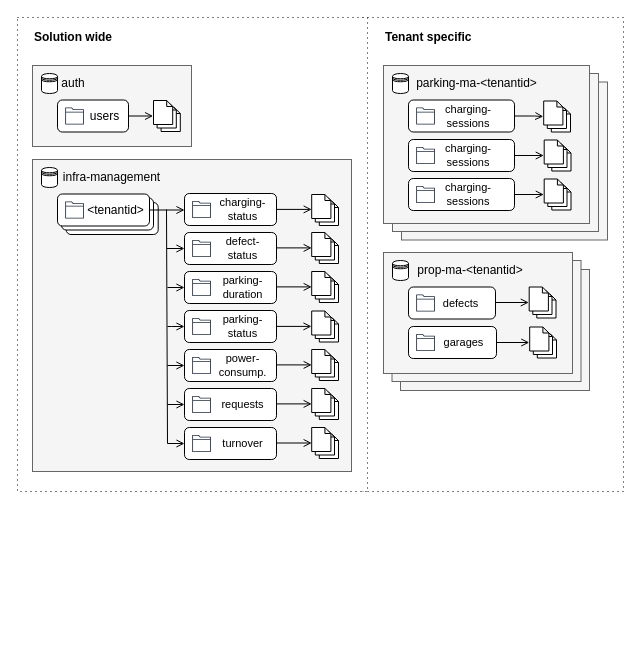
Earlier version of the draw.io diagram docs/final_submission/resources/data-model.drawio (HTWG-Zeugs/park). Source tidied: cells renumbered, new cells numbered last; positions are measured from the earlier drawing's top-left corner, leaving out a move shared by most shapes. Both pictures are drawn from the tidied source at 100%, with x=0, y=0 at pixel (17, 17). Pictures stored in the file or linked from it are replaced by grey dashed boxes.
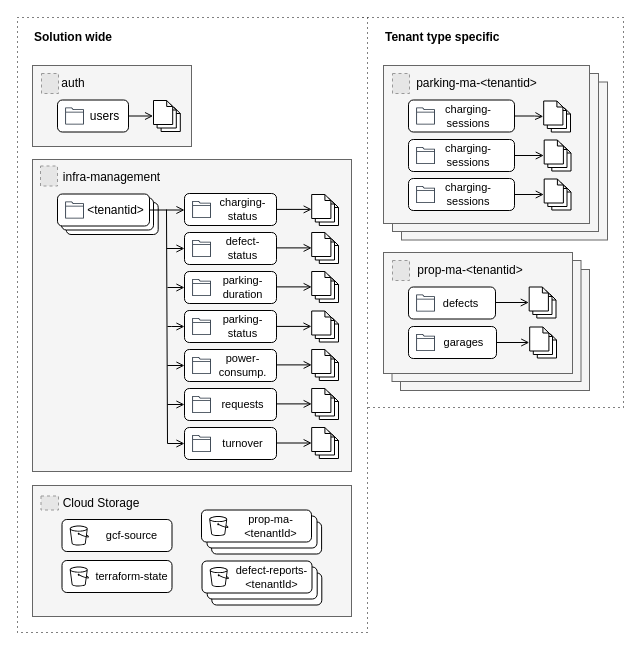
Above is the later version.

Commit message (it also covers changes not shown here):
added some text and adjusted data model diagram

Diff of the diagram source:
```diff
@@
     <mxCell id="2" style="rounded=0;whiteSpace=wrap;html=1;dashed=1;dashPattern=1 4;" parent="1" vertex="1">
-      <mxGeometry x="345" width="261" height="474" as="geometry" />
+      <mxGeometry x="345" width="261" height="390" as="geometry" />
     </mxCell>
+    <mxCell id="7" style="rounded=0;whiteSpace=wrap;html=1;dashed=1;dashPattern=1 4;" parent="1" vertex="1">
+      <mxGeometry width="350" height="615" as="geometry" />
+    </mxCell>
+    <mxCell id="125" style="rounded=0;whiteSpace=wrap;html=1;fillColor=#f5f5f5;fontColor=#333333;strokeColor=#666666;" parent="1" vertex="1">
+      <mxGeometry x="15" y="468" width="319" height="131" as="geometry" />
+    </mxCell>
+    <mxCell id="126" style="rounded=1;whiteSpace=wrap;html=1;" parent="1" vertex="1">
+      <mxGeometry x="194.1" y="504.5" width="110" height="32" as="geometry" />
+    </mxCell>
+    <mxCell id="127" style="rounded=1;whiteSpace=wrap;html=1;" parent="1" vertex="1">
+      <mxGeometry x="189.5" y="498.5" width="110" height="32" as="geometry" />
+    </mxCell>
+    <mxCell id="128" style="rounded=1;whiteSpace=wrap;html=1;" parent="1" vertex="1">
+      <mxGeometry x="194.3" y="555.5" width="110" height="32" as="geometry" />
+    </mxCell>
+    <mxCell id="129" style="rounded=1;whiteSpace=wrap;html=1;" parent="1" vertex="1">
+      <mxGeometry x="189.7" y="549.5" width="110" height="32" as="geometry" />
+    </mxCell>
@@
-    <mxCell id="7" style="rounded=0;whiteSpace=wrap;html=1;dashed=1;dashPattern=1 4;" parent="1" vertex="1">
-      <mxGeometry width="350" height="474" as="geometry" />
-    </mxCell>
@@
-    <mxCell id="10" style="shape=datastore;whiteSpace=wrap;html=1;" parent="1" vertex="1">
-      <mxGeometry x="24" y="56" width="16" height="20" as="geometry" />
-    </mxCell>
@@
-    <mxCell id="20" style="shape=datastore;whiteSpace=wrap;html=1;" parent="1" vertex="1">
-      <mxGeometry x="24" y="150" width="16" height="20" as="geometry" />
-    </mxCell>
@@
-    <mxCell id="84" style="shape=datastore;whiteSpace=wrap;html=1;" parent="1" vertex="1">
-      <mxGeometry x="375" y="56" width="16" height="20" as="geometry" />
-    </mxCell>
@@
-    <mxCell id="108" style="shape=datastore;whiteSpace=wrap;html=1;" parent="1" vertex="1">
-      <mxGeometry x="375" y="243" width="16" height="20" as="geometry" />
-    </mxCell>
@@
-    <mxCell id="124" value="Tenant specific" style="text;html=1;align=left;verticalAlign=middle;whiteSpace=wrap;rounded=0;fontStyle=1;" parent="1" vertex="1">
-      <mxGeometry x="366" y="5" width="96" height="30" as="geometry" />
+    <mxCell id="124" value="Tenant type specific" style="text;html=1;align=left;verticalAlign=middle;whiteSpace=wrap;rounded=0;fontStyle=1;" parent="1" vertex="1">
+      <mxGeometry x="366" y="5" width="136" height="30" as="geometry" />
     </mxCell>
+    <mxCell id="130" style="fillColor=#E6E6E6;strokeColor=#999999;dashed=1;html=1;verticalLabelPosition=bottom;labelBackgroundColor=#ffffff;verticalAlign=top;" parent="1" vertex="1">
+      <mxGeometry x="24" y="56" width="17" height="20" as="geometry" />
+    </mxCell>
+    <mxCell id="131" style="fillColor=#E6E6E6;strokeColor=#999999;dashed=1;html=1;verticalLabelPosition=bottom;labelBackgroundColor=#ffffff;verticalAlign=top;" parent="1" vertex="1">
+      <mxGeometry x="23" y="148.5" width="17" height="20" as="geometry" />
+    </mxCell>
+    <mxCell id="132" style="fillColor=#E6E6E6;strokeColor=#999999;dashed=1;html=1;verticalLabelPosition=bottom;labelBackgroundColor=#ffffff;verticalAlign=top;" parent="1" vertex="1">
+      <mxGeometry x="375" y="56" width="17" height="20" as="geometry" />
+    </mxCell>
+    <mxCell id="133" style="fillColor=#E6E6E6;strokeColor=#999999;dashed=1;html=1;verticalLabelPosition=bottom;labelBackgroundColor=#ffffff;verticalAlign=top;" parent="1" vertex="1">
+      <mxGeometry x="375" y="243" width="17" height="20" as="geometry" />
+    </mxCell>
+    <mxCell id="134" style="fillColor=#E6E6E6;strokeColor=#999999;dashed=1;html=1;verticalLabelPosition=bottom;labelBackgroundColor=#ffffff;verticalAlign=top;" parent="1" vertex="1">
+      <mxGeometry x="23.5" y="478.5" width="17.5" height="14" as="geometry" />
+    </mxCell>
+    <mxCell id="135" value="Cloud Storage" style="text;html=1;align=center;verticalAlign=middle;whiteSpace=wrap;rounded=0;" parent="1" vertex="1">
+      <mxGeometry x="34.2" y="475.5" width="99.8" height="20" as="geometry" />
+    </mxCell>
+    <mxCell id="136" style="rounded=1;whiteSpace=wrap;html=1;" parent="1" vertex="1">
+      <mxGeometry x="184.5" y="543.5" width="110" height="32" as="geometry" />
+    </mxCell>
+    <mxCell id="137" value="defect-reports-&amp;lt;tenantId&amp;gt;" style="text;html=1;align=center;verticalAlign=middle;whiteSpace=wrap;rounded=0;fontSize=11;" parent="1" vertex="1">
+      <mxGeometry x="212.8" y="549.5" width="82.7" height="20" as="geometry" />
+    </mxCell>
+    <mxCell id="138" style="sketch=0;fontColor=#232F3E;gradientColor=none;fillColor=#000000;strokeColor=none;dashed=0;verticalLabelPosition=bottom;verticalAlign=top;align=center;html=1;fontSize=12;fontStyle=0;shape=mxgraph.aws4.bucket;" parent="1" vertex="1">
+      <mxGeometry x="192.2" y="549.5" width="19.2" height="20" as="geometry" />
+    </mxCell>
+    <mxCell id="139" style="rounded=1;whiteSpace=wrap;html=1;" parent="1" vertex="1">
+      <mxGeometry x="44.5" y="502" width="110" height="32" as="geometry" />
+    </mxCell>
+    <mxCell id="140" value="gcf-source" style="text;html=1;align=center;verticalAlign=middle;whiteSpace=wrap;rounded=0;fontSize=11;" parent="1" vertex="1">
+      <mxGeometry x="72.8" y="508" width="82.7" height="20" as="geometry" />
+    </mxCell>
+    <mxCell id="141" style="sketch=0;fontColor=#232F3E;gradientColor=none;fillColor=#000000;strokeColor=none;dashed=0;verticalLabelPosition=bottom;verticalAlign=top;align=center;html=1;fontSize=12;fontStyle=0;shape=mxgraph.aws4.bucket;" parent="1" vertex="1">
+      <mxGeometry x="52.2" y="508" width="19.2" height="20" as="geometry" />
+    </mxCell>
+    <mxCell id="142" style="rounded=1;whiteSpace=wrap;html=1;" parent="1" vertex="1">
+      <mxGeometry x="44.5" y="543" width="110" height="32" as="geometry" />
+    </mxCell>
+    <mxCell id="143" value="terraform-state" style="text;html=1;align=center;verticalAlign=middle;whiteSpace=wrap;rounded=0;fontSize=11;" parent="1" vertex="1">
+      <mxGeometry x="72.8" y="549" width="82.7" height="20" as="geometry" />
+    </mxCell>
+    <mxCell id="144" style="sketch=0;fontColor=#232F3E;gradientColor=none;fillColor=#000000;strokeColor=none;dashed=0;verticalLabelPosition=bottom;verticalAlign=top;align=center;html=1;fontSize=12;fontStyle=0;shape=mxgraph.aws4.bucket;" parent="1" vertex="1">
+      <mxGeometry x="52.2" y="549" width="19.2" height="20" as="geometry" />
+    </mxCell>
+    <mxCell id="145" style="rounded=1;whiteSpace=wrap;html=1;" parent="1" vertex="1">
+      <mxGeometry x="184" y="492.5" width="110" height="32" as="geometry" />
+    </mxCell>
+    <mxCell id="146" value="prop-ma-&amp;lt;tenantId&amp;gt;" style="text;html=1;align=center;verticalAlign=middle;whiteSpace=wrap;rounded=0;fontSize=11;" parent="1" vertex="1">
+      <mxGeometry x="212.3" y="498.5" width="82.7" height="20" as="geometry" />
+    </mxCell>
+    <mxCell id="147" style="sketch=0;fontColor=#232F3E;gradientColor=none;fillColor=#000000;strokeColor=none;dashed=0;verticalLabelPosition=bottom;verticalAlign=top;align=center;html=1;fontSize=12;fontStyle=0;shape=mxgraph.aws4.bucket;" parent="1" vertex="1">
+      <mxGeometry x="191.7" y="498.5" width="19.2" height="20" as="geometry" />
+    </mxCell>
```
